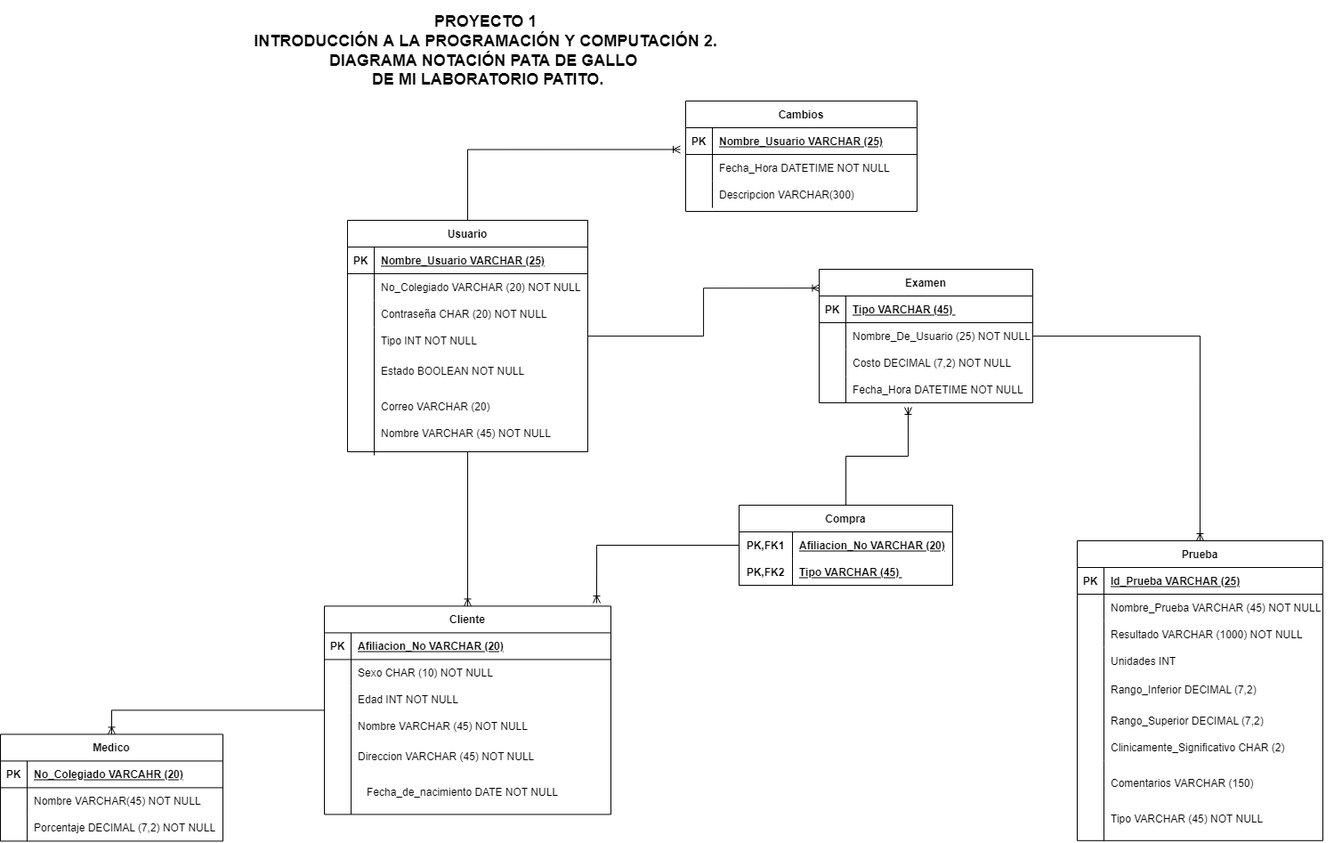
YefriGonzalez/ProyectoLaboratorioCl-nico keeps this draw.io diagram as Parte teorica/Diagrama de tablas de Laboratorio Patito(Notacion Pata de gallo) .drawio.png. Above is the earlier version. Source tidied: cells renumbered, new cells last; positions are measured from the earlier drawing's top-left corner, leaving out a move shared by most shapes.
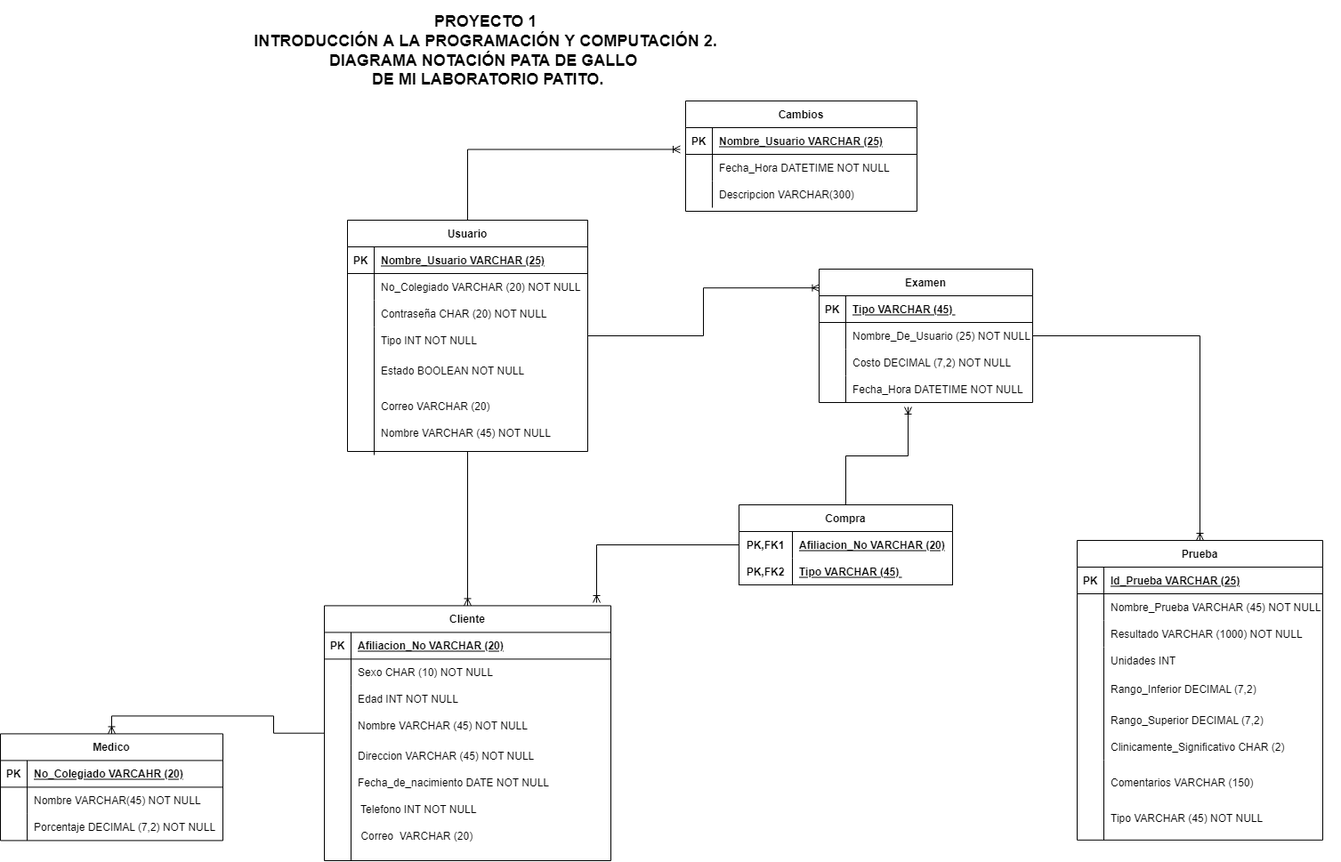
After the change.

Commit message:
Mejoras base de datos

Change to the diagram source:
```diff
@@ -102,7 +102,7 @@
       <mxGeometry relative="1" as="geometry" />
     </mxCell>
     <mxCell id="34" value="Cliente" style="shape=table;startSize=30;rowLines=0;fontStyle=1;align=center;" parent="1" vertex="1">
-      <mxGeometry x="364" y="673.4" width="322" height="234" as="geometry" />
+      <mxGeometry x="364" y="673.4" width="322" height="286.6" as="geometry" />
     </mxCell>
     <mxCell id="35" style="shape=partialRectangle;fillColor=none;top=0;left=0;bottom=1;right=0;" parent="34" vertex="1">
       <mxGeometry y="30" width="322" height="30" as="geometry" />
@@ -144,12 +144,12 @@
       <mxGeometry x="394" y="827.4" width="272" height="30" as="geometry" />
     </mxCell>
     <mxCell id="48" value="Fecha_de_nacimiento DATE NOT NULL" style="shape=partialRectangle;fillColor=none;top=0;left=0;bottom=0;right=0;align=left;spacingLeft=6;overflow=hidden;" parent="1" vertex="1">
-      <mxGeometry x="404" y="867.4" width="272" height="30" as="geometry" />
+      <mxGeometry x="394" y="857.4" width="272" height="30" as="geometry" />
     </mxCell>
     <mxCell id="49" style="endArrow=none;html=1;rounded=0;" parent="1" edge="1">
       <mxGeometry relative="1" as="geometry">
         <mxPoint x="394" y="817.4" as="sourcePoint" />
-        <mxPoint x="394" y="907.4" as="targetPoint" />
+        <mxPoint x="394" y="960" as="targetPoint" />
       </mxGeometry>
     </mxCell>
     <mxCell id="50" style="edgeStyle=orthogonalEdgeStyle;rounded=0;jettySize=auto;html=1;entryX=0.5;entryY=0;entryDx=0;entryDy=0;endArrow=ERoneToMany;endFill=0;" parent="1" edge="1" source="51" target="64">
@@ -318,5 +318,11 @@
     <mxCell id="101" value="Tipo VARCHAR (45) " style="shape=partialRectangle;fillColor=none;top=0;left=0;bottom=0;right=0;align=left;spacingLeft=6;fontStyle=5;overflow=hidden;" parent="99" vertex="1">
       <mxGeometry x="60" width="180" height="30" as="geometry" />
     </mxCell>
+    <mxCell id="102" value=" Telefono INT NOT NULL" style="shape=partialRectangle;fillColor=none;top=0;left=0;bottom=0;right=0;align=left;spacingLeft=6;overflow=hidden;" parent="1" vertex="1">
+      <mxGeometry x="394" y="887.4" width="272" height="30" as="geometry" />
+    </mxCell>
+    <mxCell id="103" value=" Correo  VARCHAR (20)" style="shape=partialRectangle;fillColor=none;top=0;left=0;bottom=0;right=0;align=left;spacingLeft=6;overflow=hidden;" parent="1" vertex="1">
+      <mxGeometry x="394" y="917.4" width="272" height="30" as="geometry" />
+    </mxCell>
   </root>
 </mxGraphModel>
```
